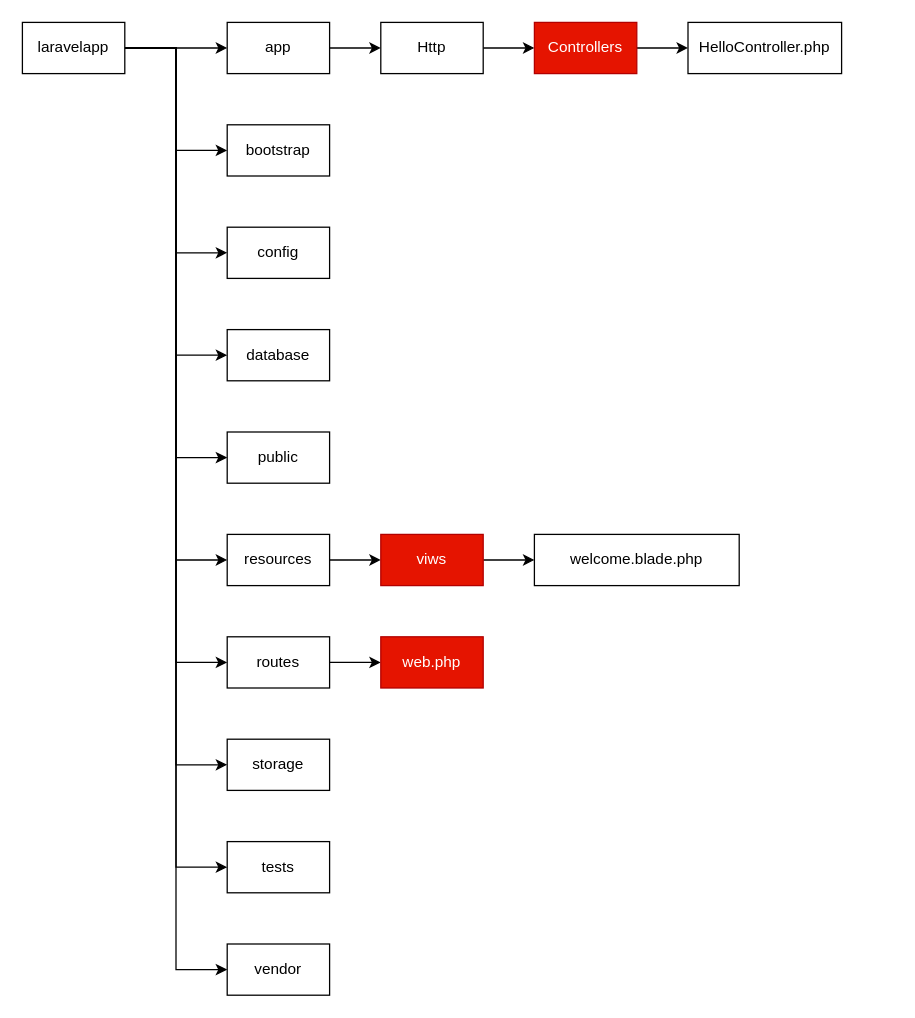
taiki1280/school_python keeps this draw.io diagram as Laravel/laravelapp/ゴミ/laravel_folder_原本.drawio. Above is the earlier version. Source tidied: cells renumbered, new cells numbered last; positions are measured from the earlier drawing's top-left corner, leaving out a move shared by most shapes. Both pictures are drawn from the tidied source at 128%, with x=0, y=0 at pixel (22, 22).
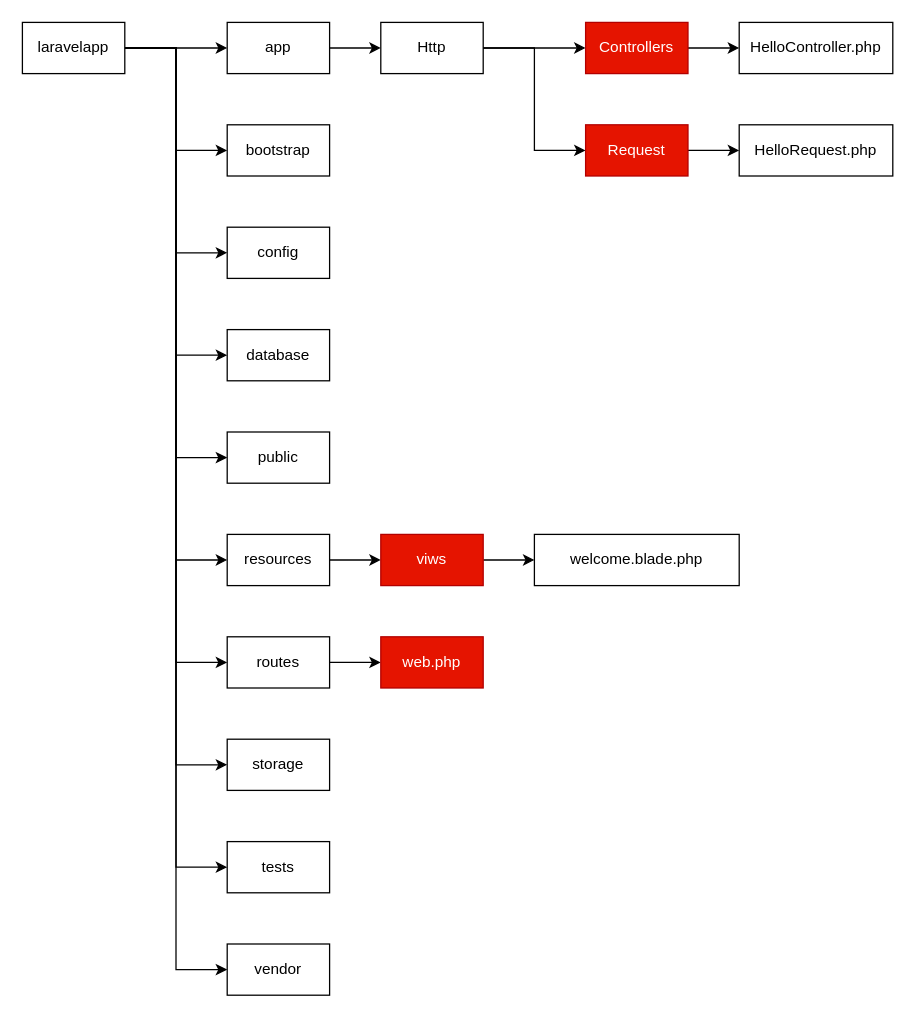
Above is the later version.

The change refers to these unchanged cells:
```xml
<mxCell id="16" value="Http" style="rounded=0;whiteSpace=wrap;html=1;" parent="1" vertex="1">
  <mxGeometry x="280" width="80" height="40" as="geometry" />
</mxCell>
```

Change to the diagram source:
```diff
@@
     <mxCell id="18" value="Controllers" style="rounded=0;whiteSpace=wrap;html=1;fillColor=#e51400;strokeColor=#B20000;fontColor=#ffffff;" parent="1" vertex="1">
-      <mxGeometry x="400" width="80" height="40" as="geometry" />
+      <mxGeometry x="440" width="80" height="40" as="geometry" />
     </mxCell>
     <mxCell id="19" value="HelloController.php" style="rounded=0;whiteSpace=wrap;html=1;" parent="1" vertex="1">
-      <mxGeometry x="520" width="120" height="40" as="geometry" />
+      <mxGeometry x="560" width="120" height="40" as="geometry" />
     </mxCell>
@@
+    <mxCell id="35" style="edgeStyle=orthogonalEdgeStyle;rounded=0;jettySize=auto;html=1;entryX=0;entryY=0.5;entryDx=0;entryDy=0;exitX=1;exitY=0.5;exitDx=0;exitDy=0;" parent="1" edge="1" source="16" target="37">
+      <mxGeometry relative="1" as="geometry">
+        <Array as="points">
+          <mxPoint x="400" y="20" />
+          <mxPoint x="400" y="100" />
+        </Array>
+      </mxGeometry>
+    </mxCell>
+    <mxCell id="36" style="edgeStyle=orthogonalEdgeStyle;rounded=0;jettySize=auto;html=1;" parent="1" edge="1" source="37">
+      <mxGeometry relative="1" as="geometry">
+        <mxPoint x="560" y="100" as="targetPoint" />
+      </mxGeometry>
+    </mxCell>
+    <mxCell id="37" value="Request" style="rounded=0;whiteSpace=wrap;html=1;fillColor=#e51400;strokeColor=#B20000;fontColor=#ffffff;" parent="1" vertex="1">
+      <mxGeometry x="440" y="80" width="80" height="40" as="geometry" />
+    </mxCell>
+    <mxCell id="38" value="HelloRequest.php" style="rounded=0;whiteSpace=wrap;html=1;" parent="1" vertex="1">
+      <mxGeometry x="560" y="80" width="120" height="40" as="geometry" />
+    </mxCell>
```
